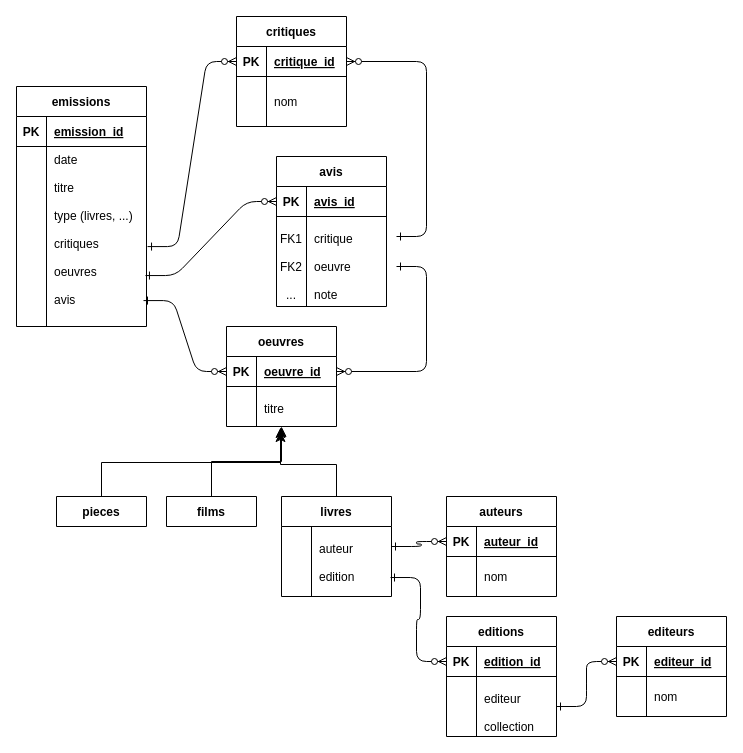
Above: db/lmelp.drawio in castorfou/lmelp (draw.io), before the change. Source tidied: cells renumbered, new cells numbered last; positions are measured from the earlier drawing's top-left corner, leaving out a move shared by most shapes. Both pictures are drawn from the tidied source at 100%, with x=0, y=0 at pixel (16, 16).
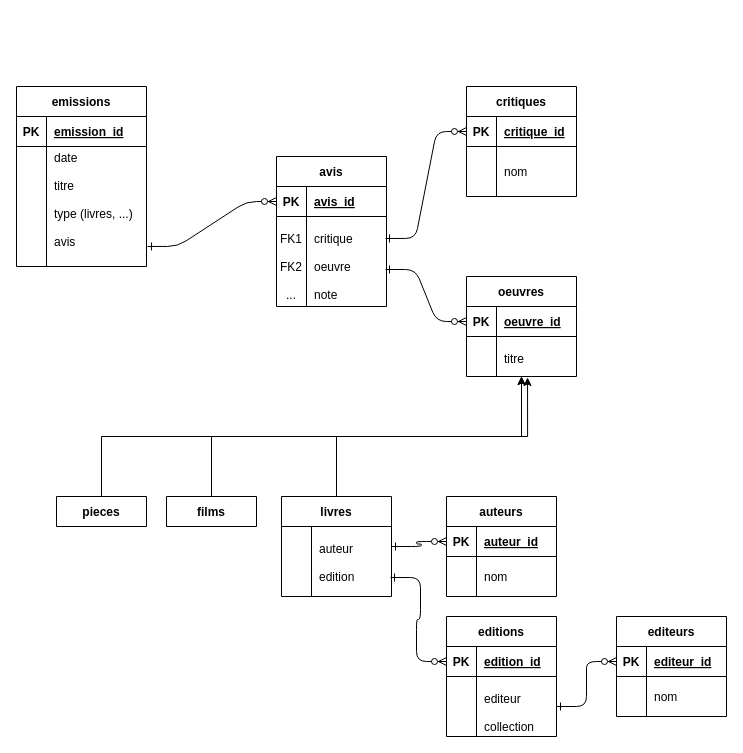
The same page after the edit.

Commit message:
les critiques et oeuvres se recuperent via les avis

Unchanged cells that the change refers to:
```xml
<mxCell id="10" style="shape=partialRectangle;fillColor=none;points=[[0,0.5],[1,0.5]];portConstraint=eastwest;top=0;left=0;right=0;bottom=1;" parent="9" vertex="1">
  <mxGeometry y="30" width="110" height="30" as="geometry" />
</mxCell>
<mxCell id="13" style="shape=partialRectangle;fillColor=none;points=[[0,0.5],[1,0.5]];portConstraint=eastwest;top=0;left=0;right=0;bottom=0;" parent="9" vertex="1">
  <mxGeometry y="60" width="110" height="40" as="geometry" />
</mxCell>
<mxCell id="18" style="shape=partialRectangle;fillColor=none;points=[[0,0.5],[1,0.5]];portConstraint=eastwest;top=0;left=0;right=0;bottom=1;" parent="17" vertex="1">
  <mxGeometry y="30" width="110" height="30" as="geometry" />
</mxCell>
<mxCell id="25" value="livres" style="shape=table;startSize=30;childLayout=tableLayout;rowLines=0;fontStyle=1;align=center;" parent="1" vertex="1">
  <mxGeometry x="265" y="480" width="110" height="100" as="geometry" />
</mxCell>
<mxCell id="29" value="films" style="shape=table;startSize=30;childLayout=tableLayout;rowLines=0;fontStyle=1;align=center;" parent="1" vertex="1" collapsed="1">
  <mxGeometry x="150" y="480" width="90" height="30" as="geometry" />
</mxCell>
<mxCell id="30" value="pieces" style="shape=table;startSize=30;childLayout=tableLayout;rowLines=0;fontStyle=1;align=center;" parent="1" vertex="1" collapsed="1">
  <mxGeometry x="40" y="480" width="90" height="30" as="geometry" />
</mxCell>
<mxCell id="59" style="shape=partialRectangle;fillColor=none;points=[[0,0.5],[1,0.5]];portConstraint=eastwest;top=0;left=0;right=0;bottom=1;" parent="58" vertex="1">
  <mxGeometry y="30" width="110" height="30" as="geometry" />
</mxCell>
<mxCell id="62" style="shape=partialRectangle;fillColor=none;points=[[0,0.5],[1,0.5]];portConstraint=eastwest;top=0;left=0;right=0;bottom=0;" parent="58" vertex="1">
  <mxGeometry y="60" width="110" height="90" as="geometry" />
</mxCell>
```

The edit, as a diff of the source:
```diff
@@
     <mxCell id="2" value="emissions" style="shape=table;startSize=30;childLayout=tableLayout;rowLines=0;fontStyle=1;align=center;" parent="1" vertex="1">
-      <mxGeometry y="70" width="130" height="240" as="geometry" />
+      <mxGeometry y="70" width="130" height="180" as="geometry" />
     </mxCell>
@@
     <mxCell id="6" style="shape=partialRectangle;fillColor=none;points=[[0,0.5],[1,0.5]];portConstraint=eastwest;top=0;left=0;right=0;bottom=0;" parent="2" vertex="1">
-      <mxGeometry y="60" width="130" height="180" as="geometry" />
+      <mxGeometry y="60" width="130" height="120" as="geometry" />
     </mxCell>
     <mxCell id="7" style="shape=partialRectangle;overflow=hidden;fillColor=none;top=0;left=0;bottom=0;right=0;" parent="6" vertex="1">
-      <mxGeometry width="30" height="180" as="geometry" />
+      <mxGeometry width="30" height="120" as="geometry" />
     </mxCell>
-    <mxCell id="8" value="date&#10;&#10;titre&#10;&#10;type (livres, ...)&#10;&#10;critiques&#10;&#10;oeuvres&#10;&#10;avis&#10;" style="shape=partialRectangle;overflow=hidden;fillColor=none;top=0;left=0;bottom=0;right=0;align=left;spacingLeft=6;" parent="6" vertex="1">
-      <mxGeometry x="30" width="100" height="180" as="geometry" />
+    <mxCell id="8" value="date&#10;&#10;titre&#10;&#10;type (livres, ...)&#10;&#10;avis&#10;" style="shape=partialRectangle;overflow=hidden;fillColor=none;top=0;left=0;bottom=0;right=0;align=left;spacingLeft=6;" parent="6" vertex="1">
+      <mxGeometry x="30" width="100" height="120" as="geometry" />
     </mxCell>
     <mxCell id="9" value="oeuvres" style="shape=table;startSize=30;childLayout=tableLayout;rowLines=0;fontStyle=1;align=center;" parent="1" vertex="1">
-      <mxGeometry x="210" y="310" width="110" height="100" as="geometry" />
+      <mxGeometry x="450" y="260" width="110" height="100" as="geometry" />
     </mxCell>
@@
-    <mxCell id="16" style="edgeStyle=entityRelationEdgeStyle;endArrow=ERzeroToMany;startArrow=ERone;endFill=1;startFill=0;exitX=0.977;exitY=0.856;exitDx=0;exitDy=0;entryX=0;entryY=0.5;entryDx=0;entryDy=0;exitPerimeter=0;" parent="1" edge="1" source="6" target="10">
-      <mxGeometry relative="1" as="geometry" />
-    </mxCell>
     <mxCell id="17" value="critiques" style="shape=table;startSize=30;childLayout=tableLayout;rowLines=0;fontStyle=1;align=center;" parent="1" vertex="1">
-      <mxGeometry x="220" width="110" height="110" as="geometry" />
+      <mxGeometry x="450" y="70" width="110" height="110" as="geometry" />
     </mxCell>
@@
-    <mxCell id="24" style="edgeStyle=entityRelationEdgeStyle;endArrow=ERzeroToMany;startArrow=ERone;endFill=1;startFill=0;exitX=1.008;exitY=0.556;exitDx=0;exitDy=0;entryX=0;entryY=0.5;entryDx=0;entryDy=0;exitPerimeter=0;" parent="1" edge="1" source="6" target="18">
-      <mxGeometry relative="1" as="geometry" />
-    </mxCell>
+    <mxCell id="68" style="edgeStyle=orthogonalEdgeStyle;rounded=0;jettySize=auto;html=1;entryX=0.5;entryY=1;entryDx=0;entryDy=0;exitX=0.5;exitY=0;exitDx=0;exitDy=0;" parent="1" edge="1" source="25" target="9">
+      <mxGeometry relative="1" as="geometry" />
+    </mxCell>
@@
+    <mxCell id="32" style="edgeStyle=orthogonalEdgeStyle;rounded=0;jettySize=auto;html=1;exitX=0.5;exitY=0;exitDx=0;exitDy=0;entryX=0.5;entryY=1;entryDx=0;entryDy=0;" parent="1" edge="1" source="29" target="9">
+      <mxGeometry relative="1" as="geometry" />
+    </mxCell>
@@
-    <mxCell id="31" style="edgeStyle=elbowEdgeStyle;elbow=vertical;endArrow=classic;html=1;curved=0;rounded=0;endSize=8;startSize=8;exitX=0.5;exitY=0;exitDx=0;exitDy=0;entryX=0.491;entryY=1.025;entryDx=0;entryDy=0;entryPerimeter=0;" parent="1" edge="1" source="30" target="13">
-      <mxGeometry relative="1" as="geometry" />
-    </mxCell>
-    <mxCell id="32" style="edgeStyle=elbowEdgeStyle;elbow=vertical;endArrow=classic;html=1;curved=0;rounded=0;endSize=8;startSize=8;exitX=0.5;exitY=0;exitDx=0;exitDy=0;entryX=0.5;entryY=1;entryDx=0;entryDy=0;" parent="1" edge="1" source="29" target="9">
-      <mxGeometry relative="1" as="geometry" />
-    </mxCell>
-    <mxCell id="33" style="edgeStyle=elbowEdgeStyle;elbow=vertical;endArrow=classic;html=1;curved=0;rounded=0;endSize=8;startSize=8;exitX=0.5;exitY=0;exitDx=0;exitDy=0;entryX=0.491;entryY=1.125;entryDx=0;entryDy=0;entryPerimeter=0;" parent="1" edge="1" source="25" target="13">
-      <mxGeometry relative="1" as="geometry" />
-    </mxCell>
@@
-    <mxCell id="65" style="edgeStyle=entityRelationEdgeStyle;endArrow=ERzeroToMany;startArrow=ERone;endFill=1;startFill=0;exitX=0.992;exitY=0.717;exitDx=0;exitDy=0;exitPerimeter=0;entryX=0;entryY=0.5;entryDx=0;entryDy=0;" parent="1" edge="1" source="6" target="59">
+    <mxCell id="65" style="edgeStyle=entityRelationEdgeStyle;endArrow=ERzeroToMany;startArrow=ERone;endFill=1;startFill=0;exitX=1.008;exitY=0.833;exitDx=0;exitDy=0;exitPerimeter=0;entryX=0;entryY=0.5;entryDx=0;entryDy=0;" parent="1" edge="1" source="6" target="59">
       <mxGeometry relative="1" as="geometry" />
     </mxCell>
-    <mxCell id="66" style="edgeStyle=entityRelationEdgeStyle;endArrow=ERzeroToMany;startArrow=ERone;endFill=1;startFill=0;" parent="1" edge="1" target="18">
-      <mxGeometry relative="1" as="geometry">
-        <mxPoint x="380" y="220" as="sourcePoint" />
-      </mxGeometry>
+    <mxCell id="66" style="edgeStyle=entityRelationEdgeStyle;endArrow=ERzeroToMany;startArrow=ERone;endFill=1;startFill=0;exitX=0.991;exitY=0.244;exitDx=0;exitDy=0;exitPerimeter=0;" parent="1" edge="1" source="62" target="18">
+      <mxGeometry relative="1" as="geometry" />
     </mxCell>
-    <mxCell id="67" style="edgeStyle=entityRelationEdgeStyle;endArrow=ERzeroToMany;startArrow=ERone;endFill=1;startFill=0;entryX=1;entryY=0.5;entryDx=0;entryDy=0;" parent="1" edge="1" target="10">
-      <mxGeometry relative="1" as="geometry">
-        <mxPoint x="380" y="250" as="sourcePoint" />
-      </mxGeometry>
+    <mxCell id="67" style="edgeStyle=entityRelationEdgeStyle;endArrow=ERzeroToMany;startArrow=ERone;endFill=1;startFill=0;entryX=0;entryY=0.5;entryDx=0;entryDy=0;exitX=0.991;exitY=0.589;exitDx=0;exitDy=0;exitPerimeter=0;" parent="1" edge="1" source="62" target="10">
+      <mxGeometry relative="1" as="geometry" />
     </mxCell>
+    <mxCell id="31" style="edgeStyle=orthogonalEdgeStyle;rounded=0;jettySize=auto;html=1;entryX=0.555;entryY=1.025;entryDx=0;entryDy=0;entryPerimeter=0;" parent="1" edge="1" source="30" target="13">
+      <mxGeometry relative="1" as="geometry" />
+    </mxCell>
```
